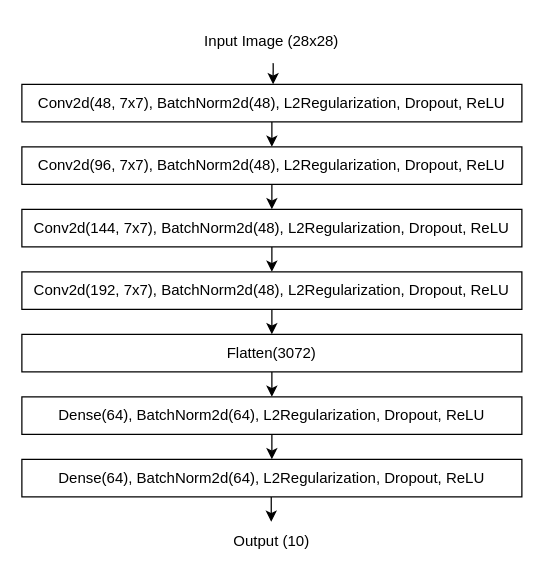
Before: projects/ocr/Architecture.drawio in calebtham/me, a draw.io diagram. Source tidied: cells renumbered, new cells numbered last; positions are measured from the earlier drawing's top-left corner, leaving out a move shared by most shapes. Both pictures are drawn from the tidied source at 125%, with x=0, y=0 at pixel (21, 21).
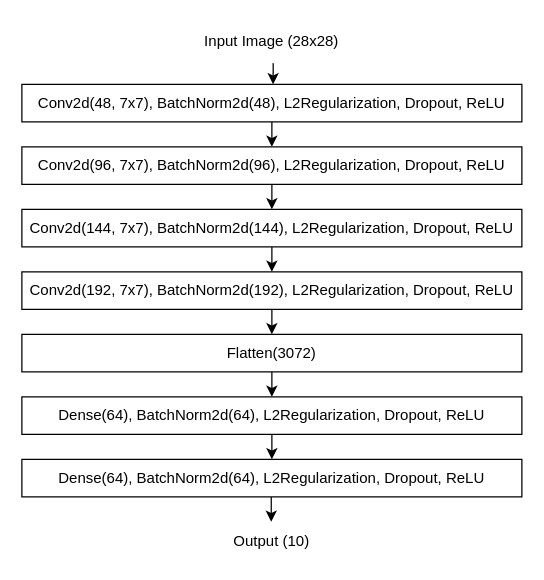
The same page after the edit.

Change to the diagram source:
```diff
@@
-    <mxCell id="6" value="Conv2d(96, 7x7), BatchNorm2d(48), L2Regularization, Dropout, ReLU" style="rounded=0;whiteSpace=wrap;html=1;" parent="1" vertex="1">
+    <mxCell id="6" value="Conv2d(96, 7x7), BatchNorm2d(96), L2Regularization, Dropout, ReLU" style="rounded=0;whiteSpace=wrap;html=1;" parent="1" vertex="1">
       <mxGeometry y="100" width="400" height="30" as="geometry" />
     </mxCell>
@@
-    <mxCell id="8" value="Conv2d(144, 7x7), BatchNorm2d(48), L2Regularization, Dropout, ReLU" style="rounded=0;whiteSpace=wrap;html=1;" parent="1" vertex="1">
+    <mxCell id="8" value="Conv2d(144, 7x7), BatchNorm2d(144), L2Regularization, Dropout, ReLU" style="rounded=0;whiteSpace=wrap;html=1;" parent="1" vertex="1">
       <mxGeometry y="150" width="400" height="30" as="geometry" />
     </mxCell>
@@
-    <mxCell id="11" value="Conv2d(192, 7x7), BatchNorm2d(48), L2Regularization, Dropout, ReLU" style="rounded=0;whiteSpace=wrap;html=1;" parent="1" vertex="1">
+    <mxCell id="11" value="Conv2d(192, 7x7), BatchNorm2d(192), L2Regularization, Dropout, ReLU" style="rounded=0;whiteSpace=wrap;html=1;" parent="1" vertex="1">
       <mxGeometry y="200" width="400" height="30" as="geometry" />
     </mxCell>
```
